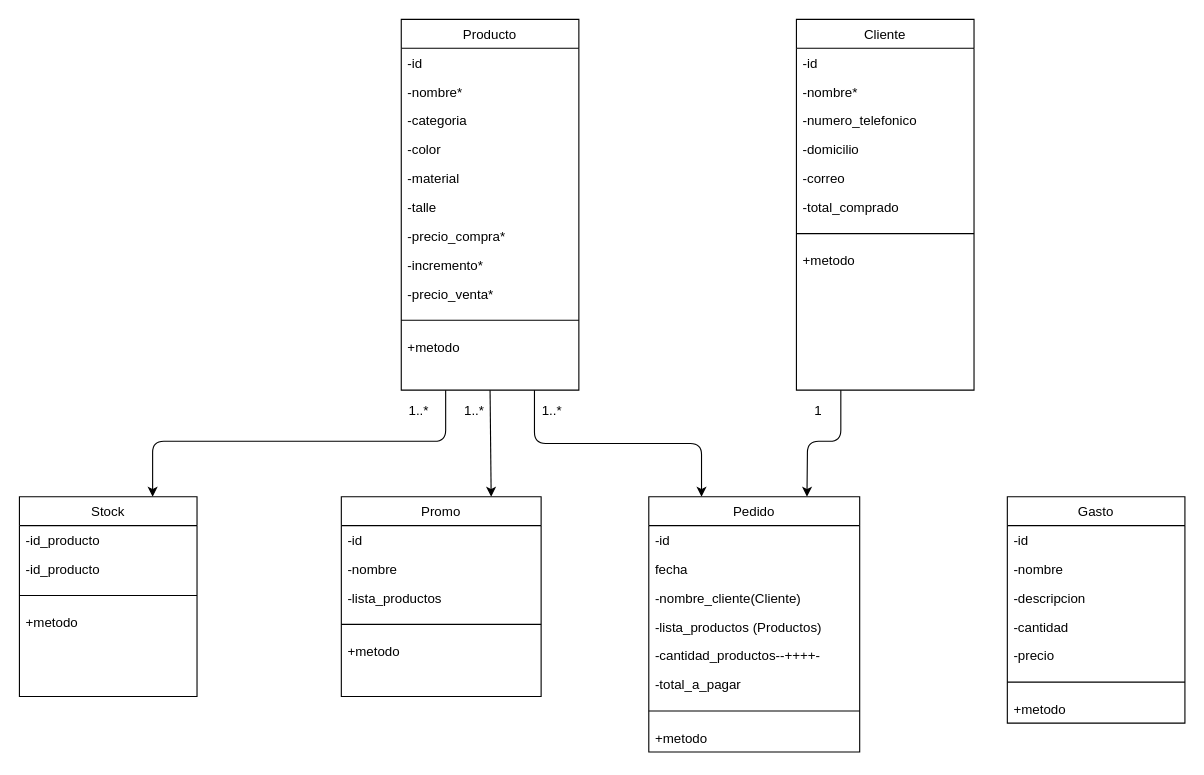
The draw.io diagram Modelos-elCanario.drawio in DarthKenar/ElCanarioRegionales, before the edit. Source tidied: cells renumbered, new cells numbered last; positions are measured from the earlier drawing's top-left corner, leaving out a move shared by most shapes. Both pictures are drawn from the tidied source at 111%, with x=0, y=0 at pixel (19, 19).
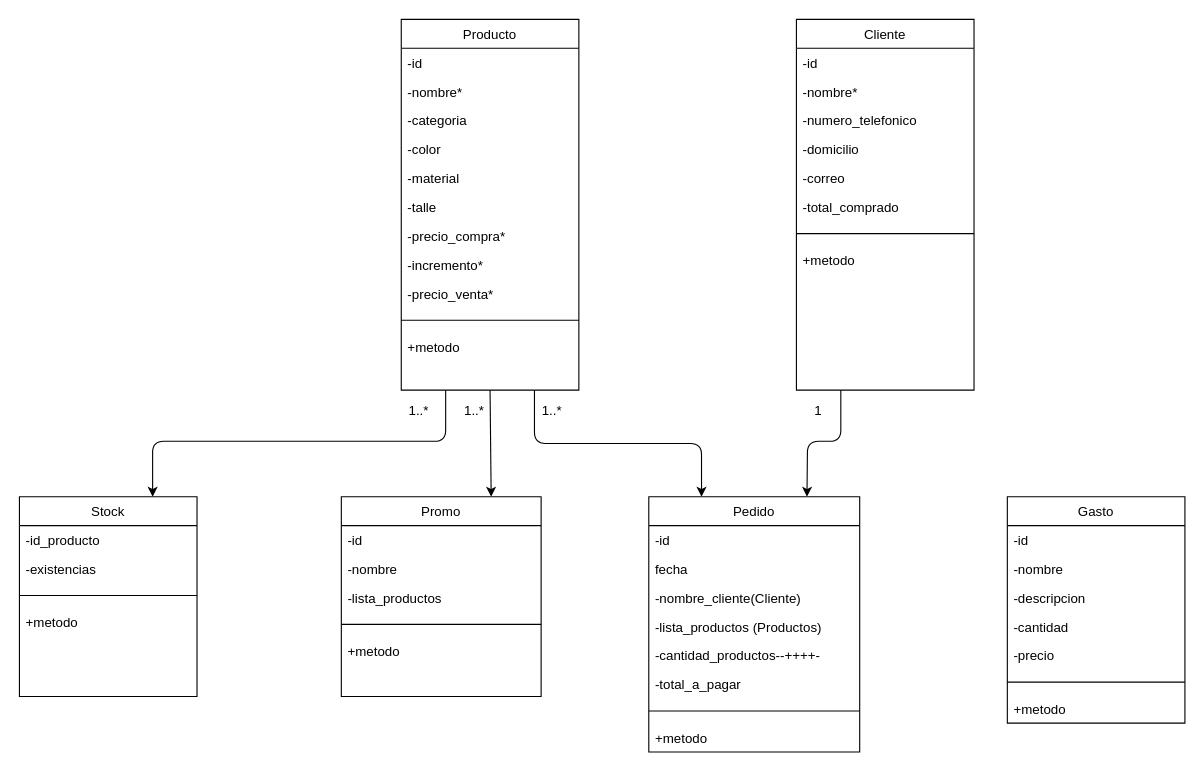
After the change.

Commit message:
📖 DOC: 🔨 Refactor draw models

The change refers to these unchanged cells:
```xml
<mxCell id="53" value="Stock" style="swimlane;fontStyle=0;align=center;verticalAlign=top;horizontal=1;startSize=26;rounded=0;shadow=0;strokeWidth=1;" parent="1" vertex="1">
  <mxGeometry y="430" width="160" height="180" as="geometry" />
</mxCell>
```

Diff of the diagram source:
```diff
@@
-    <mxCell id="55" value="-id_producto" style="text;align=left;verticalAlign=top;spacingLeft=4;spacingRight=4;overflow=hidden;rounded=0;shadow=0;html=0;" parent="53" vertex="1">
+    <mxCell id="55" value="-existencias" style="text;align=left;verticalAlign=top;spacingLeft=4;spacingRight=4;overflow=hidden;rounded=0;shadow=0;html=0;" parent="53" vertex="1">
       <mxGeometry y="52" width="160" height="26" as="geometry" />
     </mxCell>
```
